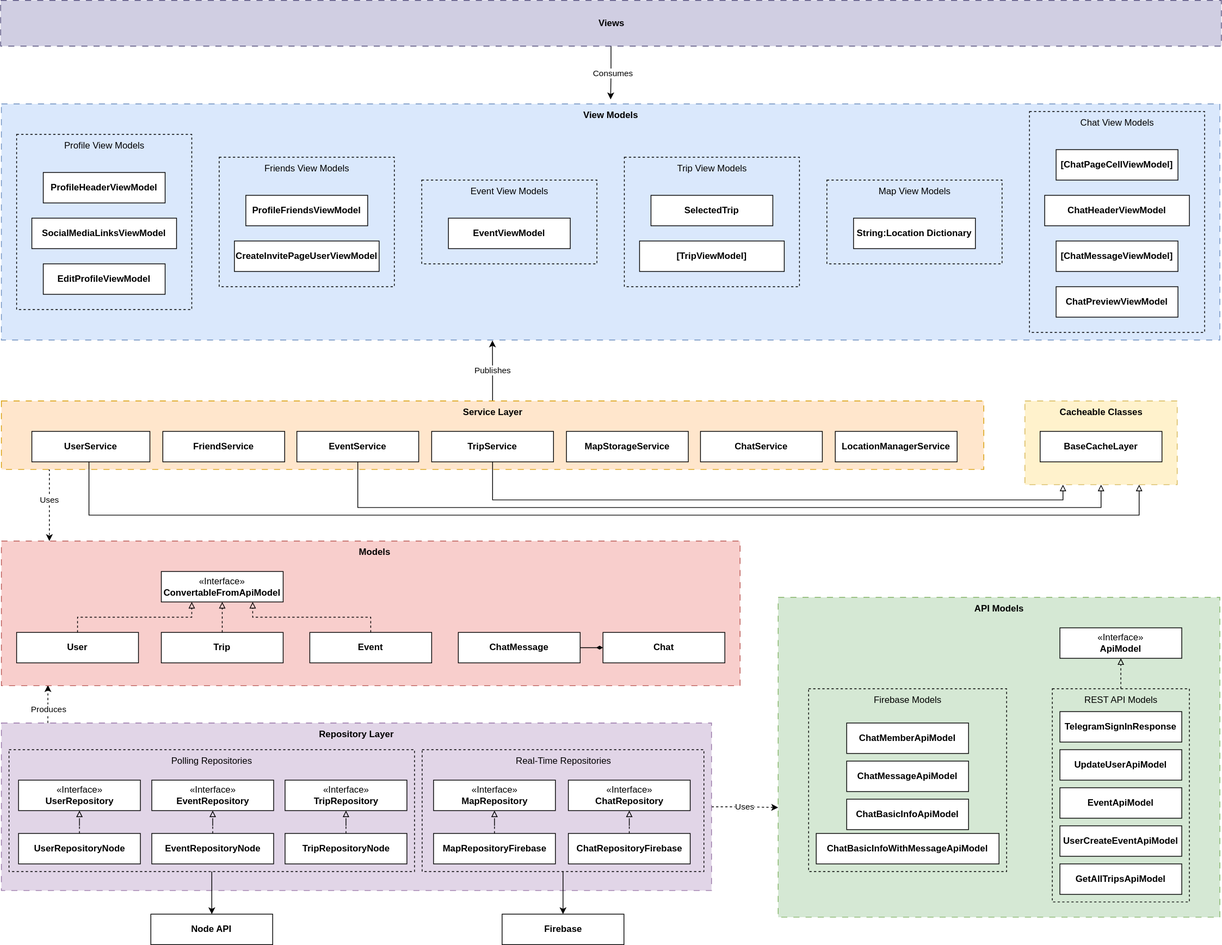
cs3217-2223/group-project-sotravel keeps this draw.io diagram as Sotravel/docs/diagrams/final-report/overall-architecture.svg. Above is the earlier version. Source tidied: cells renumbered, new cells last; positions are measured from the earlier drawing's top-left corner, leaving out a move shared by most shapes.
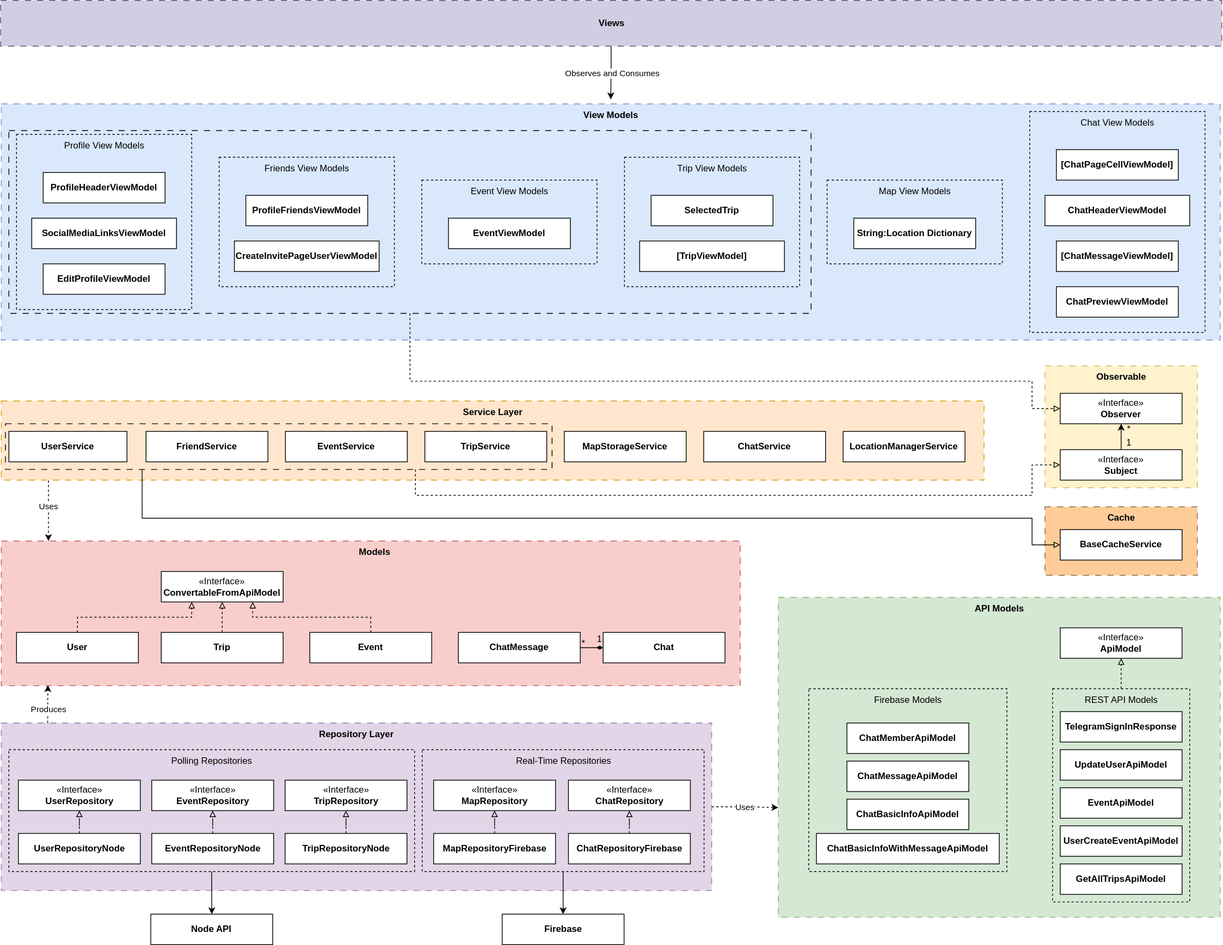
Above is the later version.

Change to the diagram source:
```diff
@@ -2,6 +2,51 @@
   <root>
     <mxCell id="0" />
     <mxCell id="1" parent="0" />
+    <mxCell id="116" style="group;fillColor=#ffcc99;strokeColor=#82684E;dashed=1;dashPattern=8 8;" parent="1" vertex="1">
+      <mxGeometry x="1371" y="665" width="200" height="90" as="geometry" />
+    </mxCell>
+    <mxCell id="119" style="group;fillColor=#fff2cc;strokeColor=#d6b656;dashed=1;dashPattern=8 8;" parent="1" vertex="1">
+      <mxGeometry x="1371" y="480" width="200" height="160" as="geometry" />
+    </mxCell>
+    <mxCell id="47" style="rounded=0;whiteSpace=wrap;html=1;fillColor=#dae8fc;dashed=1;dashPattern=8 8;strokeColor=#6c8ebf;" parent="1" vertex="1">
+      <mxGeometry x="1" y="136" width="1600" height="310" as="geometry" />
+    </mxCell>
+    <mxCell id="120" style="edgeStyle=orthogonalEdgeStyle;rounded=0;jettySize=auto;html=1;exitX=0.5;exitY=1;exitDx=0;exitDy=0;entryX=0;entryY=0.5;entryDx=0;entryDy=0;endArrow=block;endFill=0;dashed=1;" parent="1" edge="1" source="121" target="129">
+      <mxGeometry relative="1" as="geometry">
+        <Array as="points">
+          <mxPoint x="538" y="500" />
+          <mxPoint x="1354" y="500" />
+          <mxPoint x="1354" y="536" />
+        </Array>
+      </mxGeometry>
+    </mxCell>
+    <mxCell id="121" style="rounded=0;whiteSpace=wrap;html=1;fillColor=none;dashed=1;dashPattern=8 8;" parent="1" vertex="1">
+      <mxGeometry x="11" y="171" width="1053" height="240" as="geometry" />
+    </mxCell>
+    <mxCell id="85" style="whiteSpace=wrap;html=1;fillColor=#ffe6cc;dashed=1;strokeColor=#d79b00;dashPattern=8 8;" parent="1" vertex="1">
+      <mxGeometry x="1" y="526" width="1290" height="104" as="geometry" />
+    </mxCell>
+    <mxCell id="122" style="edgeStyle=orthogonalEdgeStyle;rounded=0;jettySize=auto;html=1;exitX=0.75;exitY=1;exitDx=0;exitDy=0;entryX=0;entryY=0.5;entryDx=0;entryDy=0;endArrow=block;endFill=0;dashed=1;" parent="1" edge="1" source="124" target="131">
+      <mxGeometry relative="1" as="geometry">
+        <Array as="points">
+          <mxPoint x="545" y="650" />
+          <mxPoint x="1354" y="650" />
+          <mxPoint x="1354" y="610" />
+        </Array>
+      </mxGeometry>
+    </mxCell>
+    <mxCell id="123" style="edgeStyle=orthogonalEdgeStyle;rounded=0;jettySize=auto;html=1;exitX=0.25;exitY=1;exitDx=0;exitDy=0;entryX=0;entryY=0.5;entryDx=0;entryDy=0;endArrow=block;endFill=0;" parent="1" edge="1" source="124" target="132">
+      <mxGeometry relative="1" as="geometry">
+        <Array as="points">
+          <mxPoint x="186" y="680" />
+          <mxPoint x="1354" y="680" />
+          <mxPoint x="1354" y="715" />
+        </Array>
+      </mxGeometry>
+    </mxCell>
+    <mxCell id="124" style="rounded=0;whiteSpace=wrap;html=1;fillColor=none;dashed=1;dashPattern=8 8;" parent="1" vertex="1">
+      <mxGeometry x="6.5" y="556" width="717.5" height="60" as="geometry" />
+    </mxCell>
     <mxCell id="2" style="edgeStyle=orthogonalEdgeStyle;rounded=0;jettySize=auto;html=1;entryX=0.063;entryY=0.996;entryDx=0;entryDy=0;entryPerimeter=0;dashed=1;" parent="1" edge="1" source="5" target="99">
       <mxGeometry relative="1" as="geometry">
         <Array as="points">
@@ -142,9 +187,6 @@
     <mxCell id="46" value="Polling Repositories" style="text;html=1;align=center;verticalAlign=middle;strokeColor=none;fillColor=none;" parent="1" vertex="1">
       <mxGeometry x="212.2" y="984" width="130" height="30" as="geometry" />
     </mxCell>
-    <mxCell id="47" style="rounded=0;whiteSpace=wrap;html=1;fillColor=#dae8fc;dashed=1;dashPattern=8 8;strokeColor=#6c8ebf;" parent="1" vertex="1">
-      <mxGeometry x="1" y="136" width="1600" height="310" as="geometry" />
-    </mxCell>
     <mxCell id="48" style="group;" parent="1" vertex="1">
       <mxGeometry x="21" y="176" width="230" height="230" as="geometry" />
     </mxCell>
@@ -247,22 +289,16 @@
     <mxCell id="81" value="View Models" style="text;html=1;align=center;verticalAlign=middle;strokeColor=none;fillColor=none;fontStyle=1;" parent="1" vertex="1">
       <mxGeometry x="751" y="136" width="100" height="30" as="geometry" />
     </mxCell>
-    <mxCell id="82" value="Publishes" style="edgeStyle=orthogonalEdgeStyle;rounded=0;jettySize=auto;html=1;entryX=0.403;entryY=1.002;entryDx=0;entryDy=0;entryPerimeter=0;" parent="1" edge="1" source="85" target="47">
-      <mxGeometry relative="1" as="geometry" />
-    </mxCell>
     <mxCell id="83" style="edgeStyle=orthogonalEdgeStyle;rounded=0;jettySize=auto;html=1;dashed=1;exitX=0.048;exitY=1.003;exitDx=0;exitDy=0;exitPerimeter=0;" parent="1" edge="1" source="85" target="99">
       <mxGeometry relative="1" as="geometry">
         <Array as="points">
-          <mxPoint x="64" y="616" />
+          <mxPoint x="64" y="630" />
         </Array>
       </mxGeometry>
     </mxCell>
     <mxCell id="84" value="Uses" style="edgeLabel;html=1;align=center;verticalAlign=middle;" parent="83" vertex="1">
       <mxGeometry x="-0.15" y="-1" relative="1" as="geometry" />
     </mxCell>
-    <mxCell id="85" style="whiteSpace=wrap;html=1;fillColor=#ffe6cc;dashed=1;strokeColor=#d79b00;dashPattern=8 8;" parent="1" vertex="1">
-      <mxGeometry x="1" y="526" width="1290" height="90" as="geometry" />
-    </mxCell>
     <mxCell id="86" value="Service Layer" style="text;html=1;align=center;verticalAlign=middle;strokeColor=none;fillColor=none;fontStyle=1;" parent="1" vertex="1">
       <mxGeometry x="596" y="526" width="100" height="30" as="geometry" />
     </mxCell>
@@ -270,52 +306,25 @@
       <mxGeometry relative="1" as="geometry" />
     </mxCell>
     <mxCell id="88" value="&lt;b&gt;MapStorageService&lt;br&gt;&lt;/b&gt;" style="html=1;whiteSpace=wrap;" parent="1" vertex="1">
-      <mxGeometry x="743" y="566" width="160" height="40" as="geometry" />
+      <mxGeometry x="740" y="566" width="160" height="40" as="geometry" />
     </mxCell>
     <mxCell id="89" value="&lt;b&gt;ChatService&lt;br&gt;&lt;/b&gt;" style="html=1;whiteSpace=wrap;" parent="1" vertex="1">
-      <mxGeometry x="919" y="566" width="160" height="40" as="geometry" />
+      <mxGeometry x="923" y="566" width="160" height="40" as="geometry" />
     </mxCell>
-    <mxCell id="90" style="edgeStyle=orthogonalEdgeStyle;rounded=0;jettySize=auto;html=1;entryX=0.75;entryY=1;entryDx=0;entryDy=0;endArrow=block;endFill=0;" parent="1" edge="1" source="91">
-      <mxGeometry relative="1" as="geometry">
-        <mxPoint x="1495" y="636" as="targetPoint" />
-        <Array as="points">
-          <mxPoint x="116" y="676" />
-          <mxPoint x="1495" y="676" />
-        </Array>
-      </mxGeometry>
-    </mxCell>
     <mxCell id="91" value="&lt;b&gt;UserService&lt;br&gt;&lt;/b&gt;" style="html=1;whiteSpace=wrap;" parent="1" vertex="1">
-      <mxGeometry x="41" y="566" width="155" height="40" as="geometry" />
+      <mxGeometry x="11" y="566" width="155" height="40" as="geometry" />
     </mxCell>
-    <mxCell id="92" style="edgeStyle=orthogonalEdgeStyle;rounded=0;jettySize=auto;html=1;entryX=0.5;entryY=1;entryDx=0;entryDy=0;endArrow=block;endFill=0;" parent="1" edge="1" source="93">
-      <mxGeometry relative="1" as="geometry">
-        <mxPoint x="1445" y="636" as="targetPoint" />
-        <Array as="points">
-          <mxPoint x="469" y="666" />
-          <mxPoint x="1445" y="666" />
-        </Array>
-      </mxGeometry>
-    </mxCell>
     <mxCell id="93" value="&lt;b&gt;EventService&lt;br&gt;&lt;/b&gt;" style="html=1;whiteSpace=wrap;" parent="1" vertex="1">
-      <mxGeometry x="389" y="566" width="160" height="40" as="geometry" />
+      <mxGeometry x="374" y="566" width="160" height="40" as="geometry" />
     </mxCell>
-    <mxCell id="94" style="edgeStyle=orthogonalEdgeStyle;rounded=0;jettySize=auto;html=1;entryX=0.25;entryY=1;entryDx=0;entryDy=0;endArrow=block;endFill=0;" parent="1" edge="1" source="95">
-      <mxGeometry relative="1" as="geometry">
-        <mxPoint x="1395" y="636" as="targetPoint" />
-        <Array as="points">
-          <mxPoint x="646" y="656" />
-          <mxPoint x="1395" y="656" />
-        </Array>
-      </mxGeometry>
-    </mxCell>
     <mxCell id="95" value="&lt;b&gt;TripService&lt;br&gt;&lt;/b&gt;" style="html=1;whiteSpace=wrap;" parent="1" vertex="1">
-      <mxGeometry x="566" y="566" width="160" height="40" as="geometry" />
+      <mxGeometry x="557" y="566" width="160" height="40" as="geometry" />
     </mxCell>
     <mxCell id="96" value="&lt;b&gt;LocationManagerService&lt;br&gt;&lt;/b&gt;" style="html=1;whiteSpace=wrap;" parent="1" vertex="1">
-      <mxGeometry x="1096" y="566" width="160" height="40" as="geometry" />
+      <mxGeometry x="1106" y="566" width="160" height="40" as="geometry" />
     </mxCell>
     <mxCell id="97" value="&lt;b&gt;FriendService&lt;br&gt;&lt;/b&gt;" style="html=1;whiteSpace=wrap;" parent="1" vertex="1">
-      <mxGeometry x="213" y="566" width="160" height="40" as="geometry" />
+      <mxGeometry x="191" y="566" width="160" height="40" as="geometry" />
     </mxCell>
     <mxCell id="98" style="group;" parent="1" vertex="1">
       <mxGeometry x="1" y="710" width="970" height="190" as="geometry" />
@@ -366,12 +375,18 @@
     <mxCell id="110" style="edgeStyle=orthogonalEdgeStyle;rounded=0;jettySize=auto;html=1;entryX=0.5;entryY=1;entryDx=0;entryDy=0;dashed=1;endArrow=block;endFill=0;" parent="98" edge="1" source="105" target="107">
       <mxGeometry relative="1" as="geometry" />
     </mxCell>
+    <mxCell id="125" value="*" style="text;html=1;align=center;verticalAlign=middle;strokeColor=none;fillColor=none;" parent="98" vertex="1">
+      <mxGeometry x="749" y="120" width="30" height="30" as="geometry" />
+    </mxCell>
+    <mxCell id="126" value="1" style="text;html=1;align=center;verticalAlign=middle;strokeColor=none;fillColor=none;" parent="98" vertex="1">
+      <mxGeometry x="770" y="114" width="30" height="30" as="geometry" />
+    </mxCell>
     <mxCell id="111" style="edgeStyle=orthogonalEdgeStyle;rounded=0;jettySize=auto;html=1;" parent="1" edge="1" source="113">
       <mxGeometry relative="1" as="geometry">
         <mxPoint x="801" y="130" as="targetPoint" />
       </mxGeometry>
     </mxCell>
-    <mxCell id="112" value="Consumes" style="edgeLabel;html=1;align=center;verticalAlign=middle;" parent="111" vertex="1">
+    <mxCell id="112" value="Observes and Consumes" style="edgeLabel;html=1;align=center;verticalAlign=middle;" parent="111" vertex="1">
       <mxGeometry x="-0.01" y="-1" relative="1" as="geometry">
         <mxPoint x="2" y="1" as="offset" />
       </mxGeometry>
@@ -382,17 +397,32 @@
     <mxCell id="114" value="Views" style="text;html=1;align=center;verticalAlign=middle;strokeColor=none;fillColor=none;fontStyle=1;" parent="1" vertex="1">
       <mxGeometry x="771.5" y="15" width="60" height="30" as="geometry" />
     </mxCell>
-    <mxCell id="115" style="group;" parent="1" vertex="1">
-      <mxGeometry x="1345" y="526" width="200" height="110" as="geometry" />
-    </mxCell>
-    <mxCell id="116" style="group;fillColor=#fff2cc;strokeColor=#d6b656;dashed=1;dashPattern=8 8;" parent="115" vertex="1">
-      <mxGeometry width="200" height="110" as="geometry" />
-    </mxCell>
-    <mxCell id="117" value="&lt;b&gt;BaseCacheLayer&lt;br&gt;&lt;/b&gt;" style="html=1;whiteSpace=wrap;" parent="115" vertex="1">
-      <mxGeometry x="20" y="40" width="160" height="40" as="geometry" />
-    </mxCell>
-    <mxCell id="118" value="&lt;b&gt;Cacheable Classes&lt;/b&gt;" style="text;html=1;align=center;verticalAlign=middle;strokeColor=none;fillColor=none;" parent="115" vertex="1">
-      <mxGeometry x="35" width="130" height="30" as="geometry" />
+    <mxCell id="118" value="&lt;b&gt;Cache&lt;br&gt;&lt;/b&gt;" style="text;html=1;align=center;verticalAlign=middle;strokeColor=none;fillColor=none;" parent="1" vertex="1">
+      <mxGeometry x="1441" y="665" width="60" height="30" as="geometry" />
     </mxCell>
+    <mxCell id="127" value="&lt;b&gt;Observable&lt;br&gt;&lt;/b&gt;" style="text;html=1;align=center;verticalAlign=middle;strokeColor=none;fillColor=none;" parent="1" vertex="1">
+      <mxGeometry x="1426" y="480" width="90" height="30" as="geometry" />
+    </mxCell>
+    <mxCell id="128" style="edgeStyle=orthogonalEdgeStyle;rounded=0;orthogonalLoop=1;jettySize=auto;html=1;exitX=0.5;exitY=1;exitDx=0;exitDy=0;" parent="1" edge="1" source="89" target="89">
+      <mxGeometry relative="1" as="geometry" />
+    </mxCell>
+    <mxCell id="129" value="«Interface»&lt;br style=&quot;border-color: var(--border-color);&quot;&gt;&lt;b&gt;Observer&lt;br&gt;&lt;/b&gt;" style="html=1;whiteSpace=wrap;" parent="1" vertex="1">
+      <mxGeometry x="1391" y="516" width="160" height="40" as="geometry" />
+    </mxCell>
+    <mxCell id="130" style="edgeStyle=orthogonalEdgeStyle;rounded=0;jettySize=auto;html=1;entryX=0.5;entryY=1;entryDx=0;entryDy=0;" parent="1" edge="1" source="131" target="129">
+      <mxGeometry relative="1" as="geometry" />
+    </mxCell>
+    <mxCell id="131" value="«Interface»&lt;br style=&quot;border-color: var(--border-color);&quot;&gt;&lt;b&gt;Subject&lt;br&gt;&lt;/b&gt;" style="html=1;whiteSpace=wrap;" parent="1" vertex="1">
+      <mxGeometry x="1391" y="590" width="160" height="40" as="geometry" />
+    </mxCell>
+    <mxCell id="132" value="&lt;b&gt;BaseCacheService&lt;br&gt;&lt;/b&gt;" style="html=1;whiteSpace=wrap;" parent="1" vertex="1">
+      <mxGeometry x="1391" y="695" width="160" height="40" as="geometry" />
+    </mxCell>
+    <mxCell id="133" value="*" style="text;html=1;align=center;verticalAlign=middle;strokeColor=none;fillColor=none;" parent="1" vertex="1">
+      <mxGeometry x="1466" y="548" width="30" height="30" as="geometry" />
+    </mxCell>
+    <mxCell id="134" value="1" style="text;html=1;align=center;verticalAlign=middle;strokeColor=none;fillColor=none;" parent="1" vertex="1">
+      <mxGeometry x="1466" y="566" width="30" height="30" as="geometry" />
+    </mxCell>
   </root>
 </mxGraphModel>
```
